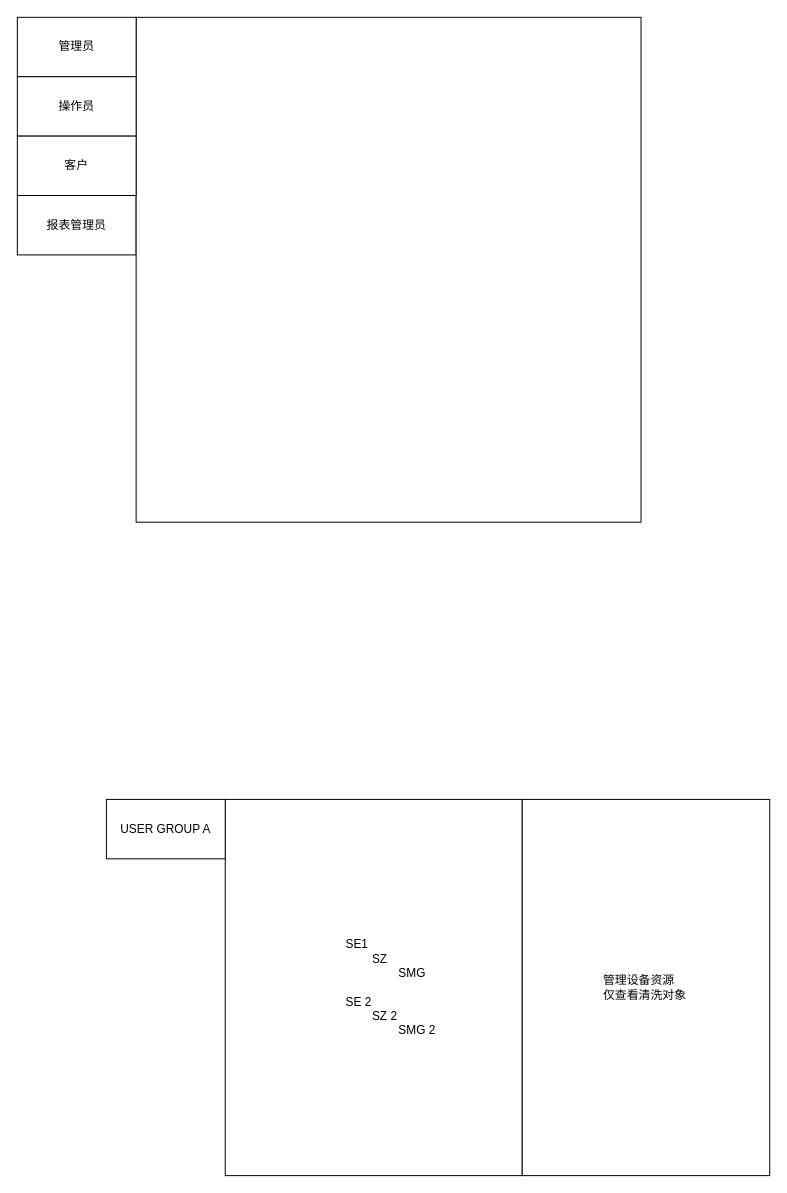
The draw.io diagram adbos/adbos - permissions.drawio in dtdg0322/draw.io, before the edit. Source tidied: cells renumbered, new cells numbered last; positions are measured from the earlier drawing's top-left corner, leaving out a move shared by most shapes. Both pictures are drawn from the tidied source at 99%, with x=0, y=0 at pixel (17, 17).
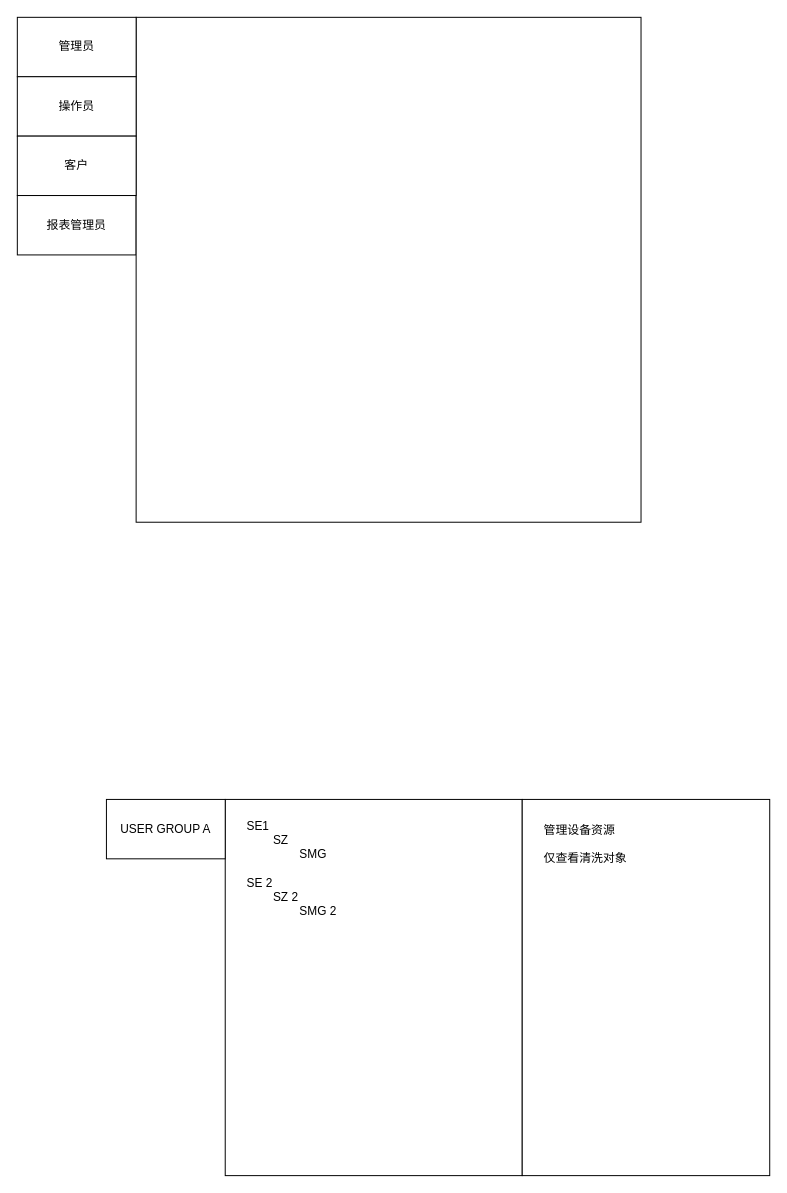
The same page after the edit.

What changed in the source:
```diff
@@
 <mxGraphModel>
   <root>
     <mxCell id="0" />
     <mxCell id="1" parent="0" />
-    <mxCell id="2" value="&lt;blockquote style=&quot;margin: 0 0 0 40px; border: none; padding: 0px;&quot;&gt;&lt;blockquote style=&quot;margin: 0 0 0 40px; border: none; padding: 0px;&quot;&gt;&lt;blockquote style=&quot;margin: 0 0 0 40px; border: none; padding: 0px;&quot;&gt;&lt;div style=&quot;&quot;&gt;&lt;span style=&quot;background-color: transparent; color: light-dark(rgb(0, 0, 0), rgb(255, 255, 255));&quot;&gt;SE1&lt;/span&gt;&lt;/div&gt;&lt;/blockquote&gt;&lt;/blockquote&gt;&lt;blockquote style=&quot;margin: 0 0 0 40px; border: none; padding: 0px;&quot;&gt;&lt;blockquote style=&quot;margin: 0 0 0 40px; border: none; padding: 0px;&quot;&gt;&lt;div&gt;&lt;div style=&quot;&quot;&gt;&lt;span style=&quot;background-color: transparent; color: light-dark(rgb(0, 0, 0), rgb(255, 255, 255));&quot;&gt;&lt;span style=&quot;white-space: pre;&quot;&gt;&#9;&lt;/span&gt;SZ&lt;/span&gt;&lt;/div&gt;&lt;/div&gt;&lt;/blockquote&gt;&lt;/blockquote&gt;&lt;blockquote style=&quot;margin: 0 0 0 40px; border: none; padding: 0px;&quot;&gt;&lt;blockquote style=&quot;margin: 0 0 0 40px; border: none; padding: 0px;&quot;&gt;&lt;div&gt;&lt;span style=&quot;white-space: pre;&quot;&gt;&lt;div style=&quot;&quot;&gt;&lt;span style=&quot;background-color: transparent; color: light-dark(rgb(0, 0, 0), rgb(255, 255, 255));&quot;&gt;&#9;&lt;span style=&quot;white-space: pre;&quot;&gt;&#9;&lt;/span&gt;&lt;/span&gt;&lt;span style=&quot;background-color: transparent; color: light-dark(rgb(0, 0, 0), rgb(255, 255, 255)); white-space: normal;&quot;&gt;SMG&lt;/span&gt;&lt;/div&gt;&lt;/span&gt;&lt;/div&gt;&lt;/blockquote&gt;&lt;/blockquote&gt;&lt;blockquote style=&quot;margin: 0 0 0 40px; border: none; padding: 0px;&quot;&gt;&lt;blockquote style=&quot;margin: 0 0 0 40px; border: none; padding: 0px;&quot;&gt;&lt;div&gt;&lt;div style=&quot;&quot;&gt;&lt;br&gt;&lt;/div&gt;&lt;/div&gt;&lt;/blockquote&gt;&lt;/blockquote&gt;&lt;blockquote style=&quot;margin: 0 0 0 40px; border: none; padding: 0px;&quot;&gt;&lt;blockquote style=&quot;margin: 0 0 0 40px; border: none; padding: 0px;&quot;&gt;&lt;div&gt;&lt;div style=&quot;&quot;&gt;&lt;span style=&quot;background-color: transparent; color: light-dark(rgb(0, 0, 0), rgb(255, 255, 255));&quot;&gt;SE 2&lt;/span&gt;&lt;/div&gt;&lt;/div&gt;&lt;/blockquote&gt;&lt;/blockquote&gt;&lt;blockquote style=&quot;margin: 0 0 0 40px; border: none; padding: 0px;&quot;&gt;&lt;blockquote style=&quot;margin: 0 0 0 40px; border: none; padding: 0px;&quot;&gt;&lt;div&gt;&lt;div style=&quot;&quot;&gt;&lt;span style=&quot;background-color: transparent; color: light-dark(rgb(0, 0, 0), rgb(255, 255, 255)); white-space: pre;&quot;&gt;&#9;&lt;/span&gt;&lt;span style=&quot;background-color: transparent; color: light-dark(rgb(0, 0, 0), rgb(255, 255, 255));&quot;&gt;SZ 2&lt;/span&gt;&lt;/div&gt;&lt;/div&gt;&lt;/blockquote&gt;&lt;/blockquote&gt;&lt;blockquote style=&quot;margin: 0 0 0 40px; border: none; padding: 0px;&quot;&gt;&lt;blockquote style=&quot;margin: 0 0 0 40px; border: none; padding: 0px;&quot;&gt;&lt;div&gt;&lt;div style=&quot;&quot;&gt;&lt;span style=&quot;background-color: transparent; color: light-dark(rgb(0, 0, 0), rgb(255, 255, 255)); white-space: pre;&quot;&gt;&#9;&lt;span style=&quot;white-space: pre;&quot;&gt;&#9;&lt;/span&gt;&lt;/span&gt;&lt;span style=&quot;background-color: transparent; color: light-dark(rgb(0, 0, 0), rgb(255, 255, 255));&quot;&gt;SMG 2&lt;/span&gt;&lt;/div&gt;&lt;/div&gt;&lt;/blockquote&gt;&lt;/blockquote&gt;&lt;/blockquote&gt;" style="rounded=0;whiteSpace=wrap;html=1;align=left;" parent="1" vertex="1">
+    <mxCell id="2" value="&lt;blockquote style=&quot;margin: 0px 0px 0px 40px; border-width: medium; border-style: none; border-color: currentcolor; border-image: initial; padding: 0px;&quot;&gt;&lt;blockquote style=&quot;margin: 0px 0px 0px 40px; border-width: medium; border-style: none; border-color: currentcolor; border-image: initial; padding: 0px;&quot;&gt;&lt;blockquote style=&quot;margin: 0px 0px 0px 40px; border-width: medium; border-style: none; border-color: currentcolor; border-image: initial; padding: 0px;&quot;&gt;&lt;div style=&quot;&quot;&gt;&lt;br&gt;&lt;/div&gt;&lt;/blockquote&gt;&lt;/blockquote&gt;&lt;/blockquote&gt;" style="rounded=0;whiteSpace=wrap;html=1;align=left;" parent="1" vertex="1">
       <mxGeometry x="210" y="790" width="300" height="380" as="geometry" />
     </mxCell>
     <mxCell id="3" value="报表管理员" style="rounded=0;whiteSpace=wrap;html=1;" parent="1" vertex="1">
       <mxGeometry y="180" width="120" height="60" as="geometry" />
     </mxCell>
     <mxCell id="4" style="whiteSpace=wrap;html=1;" parent="1" vertex="1">
       <mxGeometry x="120" width="510" height="510" as="geometry" />
     </mxCell>
     <mxCell id="5" value="管理员" style="rounded=0;whiteSpace=wrap;html=1;" parent="1" vertex="1">
       <mxGeometry width="120" height="60" as="geometry" />
     </mxCell>
     <mxCell id="6" value="操作员" style="rounded=0;whiteSpace=wrap;html=1;" parent="1" vertex="1">
       <mxGeometry y="60" width="120" height="60" as="geometry" />
     </mxCell>
     <mxCell id="7" value="客户" style="rounded=0;whiteSpace=wrap;html=1;" parent="1" vertex="1">
       <mxGeometry y="120" width="120" height="60" as="geometry" />
     </mxCell>
     <mxCell id="8" value="USER GROUP A" style="rounded=0;whiteSpace=wrap;html=1;" parent="1" vertex="1">
       <mxGeometry x="90" y="790" width="120" height="60" as="geometry" />
     </mxCell>
-    <mxCell id="9" value="&lt;blockquote style=&quot;margin: 0 0 0 40px; border: none; padding: 0px;&quot;&gt;&lt;blockquote style=&quot;margin: 0 0 0 40px; border: none; padding: 0px;&quot;&gt;&lt;div&gt;管理设备资源&lt;/div&gt;&lt;/blockquote&gt;&lt;blockquote style=&quot;margin: 0 0 0 40px; border: none; padding: 0px;&quot;&gt;&lt;div&gt;仅查看清洗对象&lt;/div&gt;&lt;/blockquote&gt;&lt;/blockquote&gt;" style="rounded=0;whiteSpace=wrap;html=1;align=left;" parent="1" vertex="1">
+    <mxCell id="9" value="&lt;blockquote style=&quot;margin: 0px 0px 0px 40px; border-width: medium; border-style: none; border-color: currentcolor; border-image: initial; padding: 0px;&quot;&gt;&lt;blockquote style=&quot;margin: 0px 0px 0px 40px; border-width: medium; border-style: none; border-color: currentcolor; border-image: initial; padding: 0px;&quot;&gt;&lt;br&gt;&lt;/blockquote&gt;&lt;/blockquote&gt;" style="rounded=0;whiteSpace=wrap;html=1;align=left;" parent="1" vertex="1">
       <mxGeometry x="510" y="790" width="250" height="380" as="geometry" />
     </mxCell>
+    <mxCell id="10" value="&lt;blockquote style=&quot;margin: 0px 0px 0px 40px; border-width: medium; border-style: none; border-color: currentcolor; border-image: initial; padding: 0px;&quot;&gt;&lt;blockquote style=&quot;margin: 0px 0px 0px 40px; border-width: medium; border-style: none; border-color: currentcolor; border-image: initial; padding: 0px;&quot;&gt;&lt;span style=&quot;background-color: transparent; color: light-dark(rgb(0, 0, 0), rgb(255, 255, 255));&quot;&gt;SE1&lt;/span&gt;&lt;/blockquote&gt;&lt;/blockquote&gt;&lt;blockquote style=&quot;margin: 0px 0px 0px 40px; border-width: medium; border-style: none; border-color: currentcolor; border-image: initial; padding: 0px;&quot;&gt;&lt;blockquote style=&quot;margin: 0px 0px 0px 40px; border-width: medium; border-style: none; border-color: currentcolor; border-image: initial; padding: 0px;&quot;&gt;&lt;span style=&quot;background-color: transparent; color: light-dark(rgb(0, 0, 0), rgb(255, 255, 255));&quot;&gt;&lt;span style=&quot;white-space: pre;&quot;&gt;&#9;&lt;/span&gt;SZ&lt;/span&gt;&lt;/blockquote&gt;&lt;/blockquote&gt;&lt;blockquote style=&quot;margin: 0px 0px 0px 40px; border-width: medium; border-style: none; border-color: currentcolor; border-image: initial; padding: 0px;&quot;&gt;&lt;blockquote style=&quot;margin: 0px 0px 0px 40px; border-width: medium; border-style: none; border-color: currentcolor; border-image: initial; padding: 0px;&quot;&gt;&lt;span style=&quot;white-space: pre;&quot;&gt;&#9;&#9;&lt;span style=&quot;background-color: transparent; color: light-dark(rgb(0, 0, 0), rgb(255, 255, 255)); white-space: normal;&quot;&gt;SMG&lt;/span&gt;&lt;/span&gt;&lt;/blockquote&gt;&lt;/blockquote&gt;&lt;blockquote style=&quot;margin: 0px 0px 0px 40px; border-width: medium; border-style: none; border-color: currentcolor; border-image: initial; padding: 0px;&quot;&gt;&lt;blockquote style=&quot;margin: 0px 0px 0px 40px; border-width: medium; border-style: none; border-color: currentcolor; border-image: initial; padding: 0px;&quot;&gt;&lt;br&gt;&lt;/blockquote&gt;&lt;/blockquote&gt;&lt;blockquote style=&quot;margin: 0px 0px 0px 40px; border-width: medium; border-style: none; border-color: currentcolor; border-image: initial; padding: 0px;&quot;&gt;&lt;blockquote style=&quot;margin: 0px 0px 0px 40px; border-width: medium; border-style: none; border-color: currentcolor; border-image: initial; padding: 0px;&quot;&gt;&lt;span style=&quot;background-color: transparent; color: light-dark(rgb(0, 0, 0), rgb(255, 255, 255));&quot;&gt;SE 2&lt;/span&gt;&lt;/blockquote&gt;&lt;/blockquote&gt;&lt;blockquote style=&quot;margin: 0px 0px 0px 40px; border-width: medium; border-style: none; border-color: currentcolor; border-image: initial; padding: 0px;&quot;&gt;&lt;blockquote style=&quot;margin: 0px 0px 0px 40px; border-width: medium; border-style: none; border-color: currentcolor; border-image: initial; padding: 0px;&quot;&gt;&lt;span style=&quot;background-color: transparent; color: light-dark(rgb(0, 0, 0), rgb(255, 255, 255)); white-space: pre;&quot;&gt;&#9;&lt;/span&gt;&lt;span style=&quot;background-color: transparent; color: light-dark(rgb(0, 0, 0), rgb(255, 255, 255));&quot;&gt;SZ 2&lt;/span&gt;&lt;/blockquote&gt;&lt;/blockquote&gt;&lt;blockquote style=&quot;margin: 0px 0px 0px 40px; border-width: medium; border-style: none; border-color: currentcolor; border-image: initial; padding: 0px;&quot;&gt;&lt;blockquote style=&quot;margin: 0px 0px 0px 40px; border-width: medium; border-style: none; border-color: currentcolor; border-image: initial; padding: 0px;&quot;&gt;&lt;span style=&quot;background-color: transparent; color: light-dark(rgb(0, 0, 0), rgb(255, 255, 255)); white-space: pre;&quot;&gt;&#9;&lt;span style=&quot;white-space: pre;&quot;&gt;&#9;&lt;/span&gt;&lt;/span&gt;&lt;span style=&quot;background-color: transparent; color: light-dark(rgb(0, 0, 0), rgb(255, 255, 255));&quot;&gt;SMG 2&lt;/span&gt;&lt;/blockquote&gt;&lt;/blockquote&gt;" style="text;html=1;whiteSpace=wrap;strokeColor=none;fillColor=none;align=left;verticalAlign=middle;rounded=0;" parent="1" vertex="1">
+      <mxGeometry x="150" y="800" width="190" height="120" as="geometry" />
+    </mxCell>
+    <mxCell id="11" value="&lt;blockquote style=&quot;margin: 0px 0px 0px 40px; border-width: medium; border-style: none; border-color: currentcolor; border-image: initial; padding: 0px;&quot;&gt;管理设备资源&lt;/blockquote&gt;&lt;blockquote style=&quot;margin: 0px 0px 0px 40px; border-width: medium; border-style: none; border-color: currentcolor; border-image: initial; padding: 0px;&quot;&gt;&lt;br&gt;&lt;/blockquote&gt;&lt;blockquote style=&quot;margin: 0px 0px 0px 40px; border-width: medium; border-style: none; border-color: currentcolor; border-image: initial; padding: 0px;&quot;&gt;仅查看清洗对象&lt;/blockquote&gt;" style="text;html=1;whiteSpace=wrap;strokeColor=none;fillColor=none;align=left;verticalAlign=middle;rounded=0;" parent="1" vertex="1">
+      <mxGeometry x="490" y="770" width="190" height="130" as="geometry" />
+    </mxCell>
   </root>
 </mxGraphModel>
```
